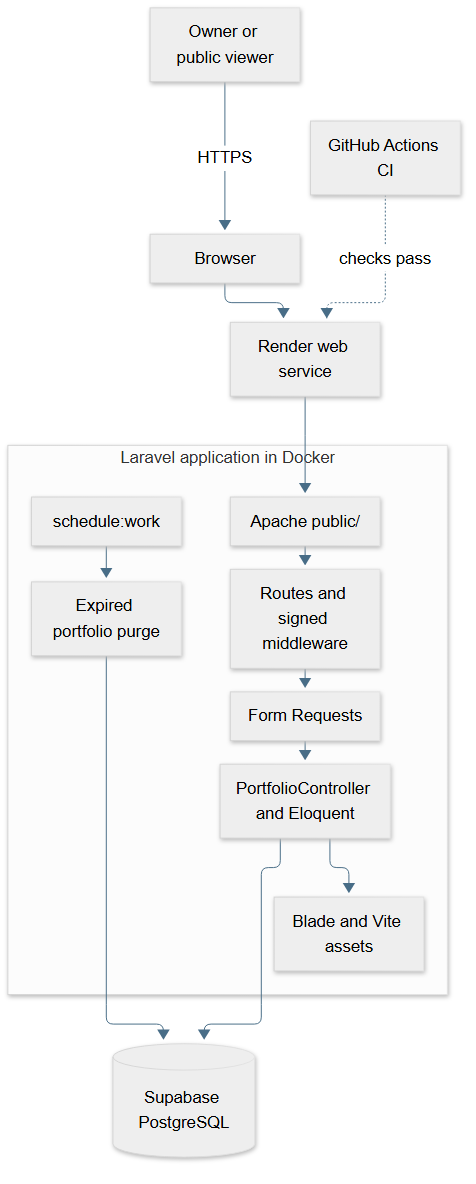
Earlier version of the Mermaid export docs/diagrams/system-architecture.png (crazyfrogfrog84-dotcom/portgen). Its source is kept beside it as docs/diagrams/system-architecture.mmd. Source of this version:
```mermaid
flowchart TB
    owner[Owner or public viewer] -->|HTTPS| browser[Browser]
    browser --> render[Render web service]
    github[GitHub Actions CI] -. checks pass .-> render
    subgraph application[Laravel application in Docker]
        direction LR
        apache[Apache public/] --> routes[Routes and signed middleware] --> requests[Form Requests] --> controller[PortfolioController and Eloquent] --> views[Blade and Vite assets]
        scheduler[schedule:work] --> purge[Expired portfolio purge]
    end
    render --> apache
    controller --> database[(Supabase PostgreSQL)]
    purge --> database
```
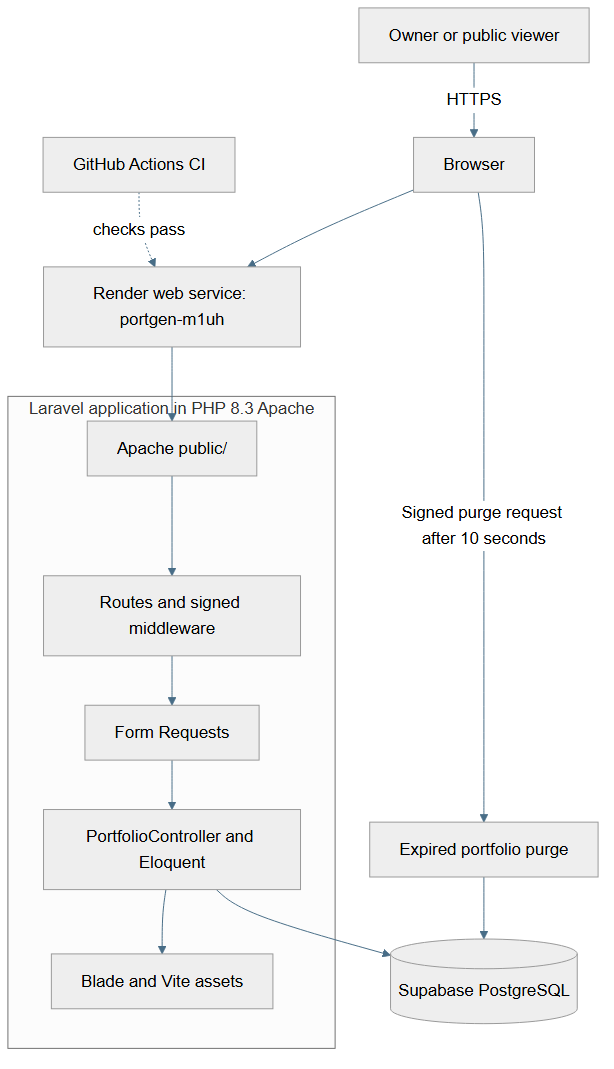
Later version of the same file.

What changed in the source:
```diff
@@ -1,12 +1,12 @@
 flowchart TB
     owner[Owner or public viewer] -->|HTTPS| browser[Browser]
-    browser --> render[Render web service]
+    browser --> render[Render web service: portgen-m1uh]
     github[GitHub Actions CI] -. checks pass .-> render
-    subgraph application[Laravel application in Docker]
+    subgraph application[Laravel application in PHP 8.3 Apache]
         direction LR
         apache[Apache public/] --> routes[Routes and signed middleware] --> requests[Form Requests] --> controller[PortfolioController and Eloquent] --> views[Blade and Vite assets]
-        scheduler[schedule:work] --> purge[Expired portfolio purge]
     end
     render --> apache
     controller --> database[(Supabase PostgreSQL)]
+    browser -->|Signed purge request after 10 seconds| purge[Expired portfolio purge]
     purge --> database
```
